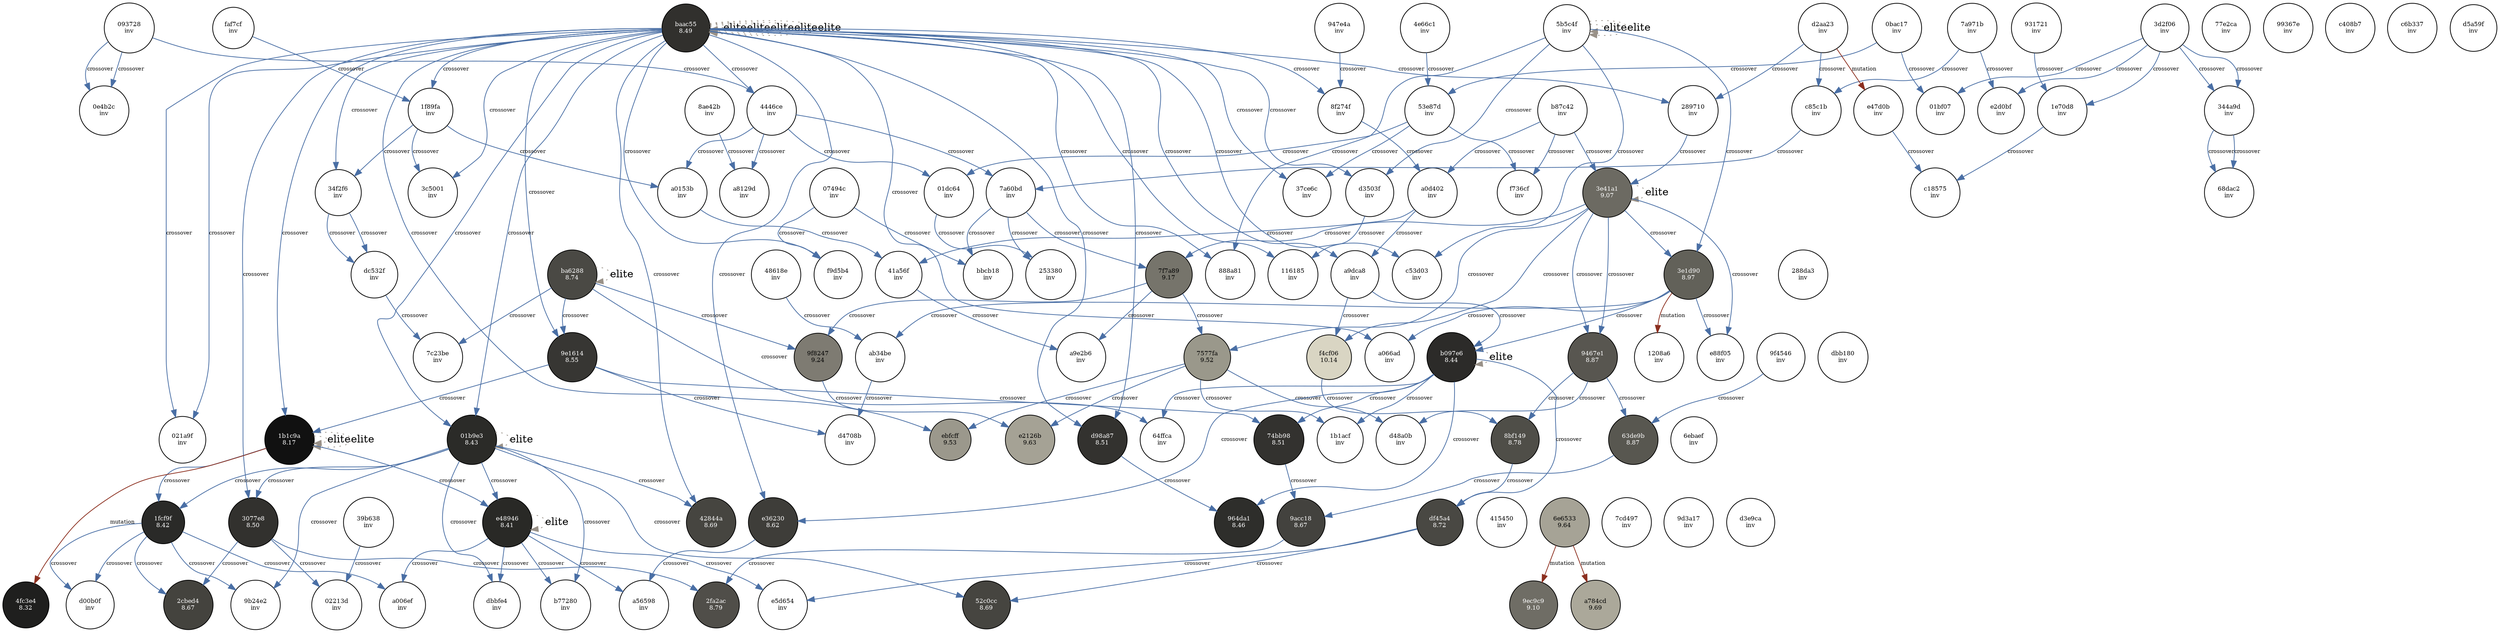
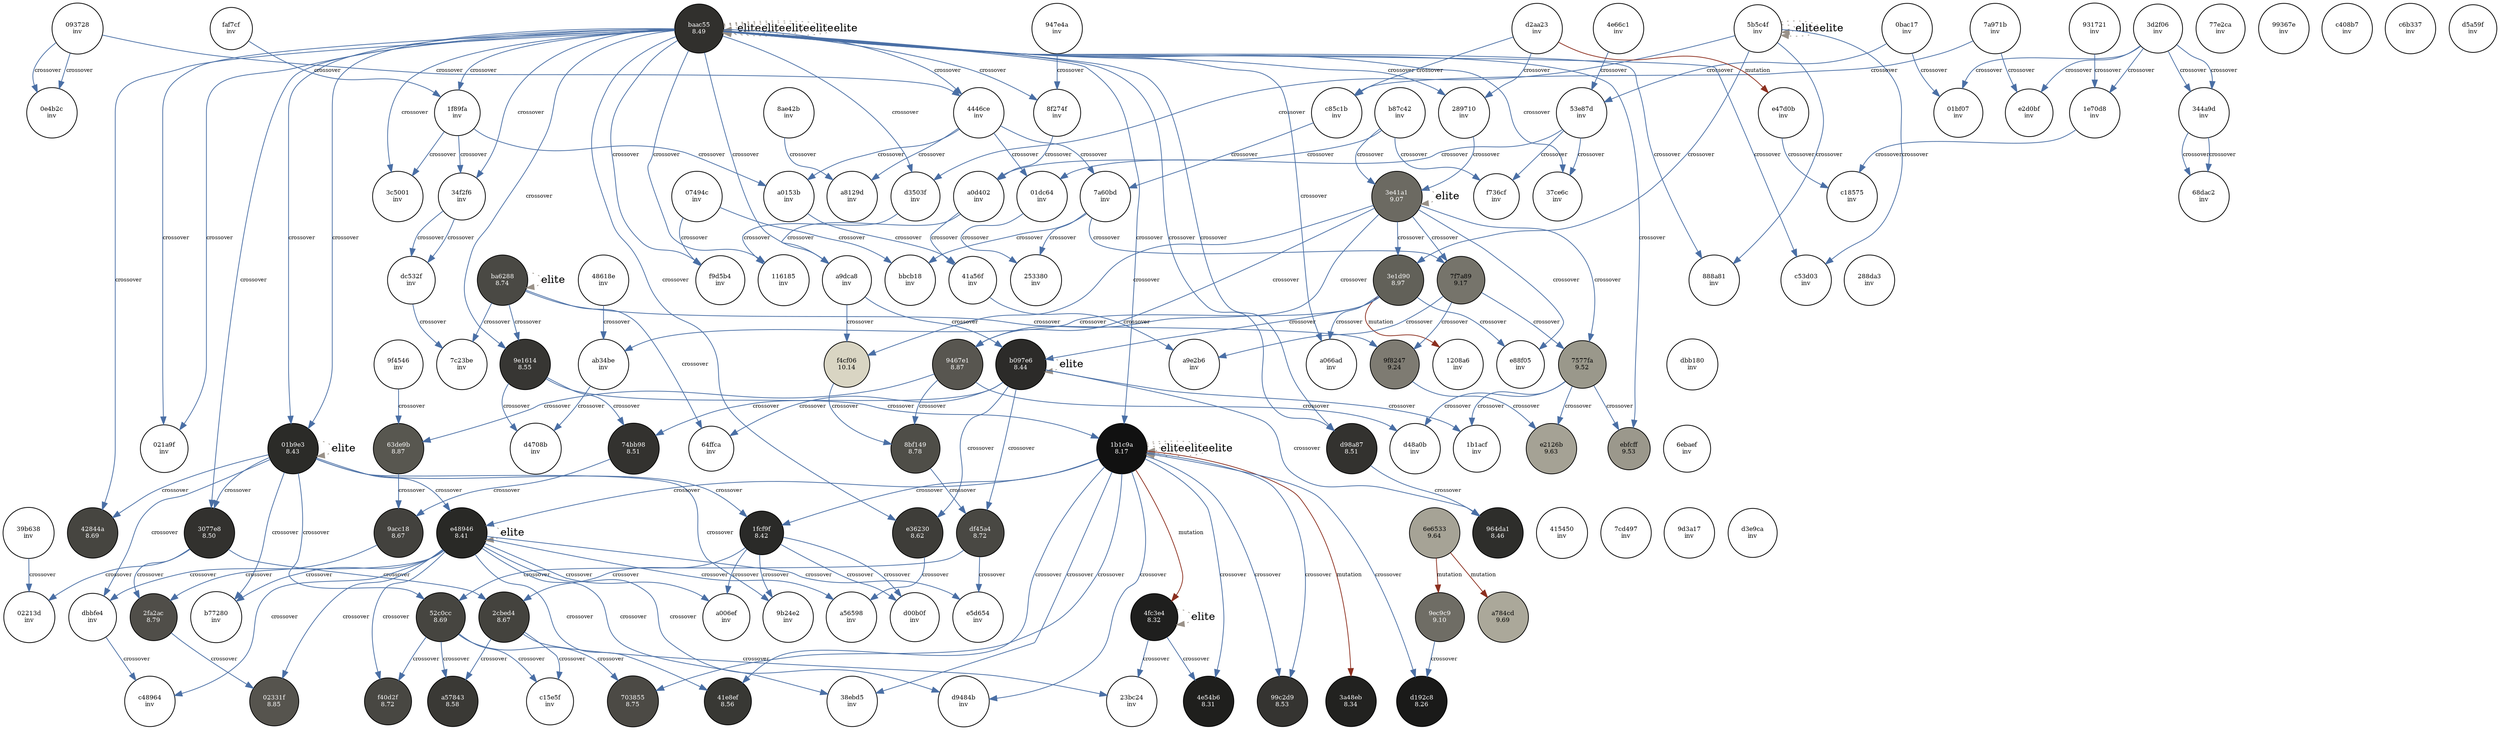
digraph lineage {
  rankdir=TB; node [shape=circle, style=filled, fontsize=8];
  "093728116f31" [label="093728\ninv", fillcolor="#ffffff", style="solid", fontcolor=black];
  "0bac173ad845" [label="0bac17\ninv", fillcolor="#ffffff", style="solid", fontcolor=black];
  "3d2f06902112" [label="3d2f06\ninv", fillcolor="#ffffff", style="solid", fontcolor=black];
  "4e66c118fb69" [label="4e66c1\ninv", fillcolor="#ffffff", style="solid", fontcolor=black];
  "5b5c4fbdea2d" [label="5b5c4f\ninv", fillcolor="#ffffff", style="solid", fontcolor=black];
  "77e2cad76ab9" [label="77e2ca\ninv", fillcolor="#ffffff", style="solid", fontcolor=black];
  "7a971b624b61" [label="7a971b\ninv", fillcolor="#ffffff", style="solid", fontcolor=black];
  "93172171089f" [label="931721\ninv", fillcolor="#ffffff", style="solid", fontcolor=black];
  "947e4a9d7b35" [label="947e4a\ninv", fillcolor="#ffffff", style="solid", fontcolor=black];
  "99367eb32465" [label="99367e\ninv", fillcolor="#ffffff", style="solid", fontcolor=black];
  "baac55fb3837" [label="baac55\n8.49", fillcolor="#31302d", style="filled", fontcolor=white];
  "c408b7873a88" [label="c408b7\ninv", fillcolor="#ffffff", style="solid", fontcolor=black];
  "c6b337b3437f" [label="c6b337\ninv", fillcolor="#ffffff", style="solid", fontcolor=black];
  "d2aa23997bc0" [label="d2aa23\ninv", fillcolor="#ffffff", style="solid", fontcolor=black];
  "d5a59fb8c0ea" [label="d5a59f\ninv", fillcolor="#ffffff", style="solid", fontcolor=black];
  "faf7cf2abe00" [label="faf7cf\ninv", fillcolor="#ffffff", style="solid", fontcolor=black];
  "01bf07948972" [label="01bf07\ninv", fillcolor="#ffffff", style="solid", fontcolor=black];
  "0bac173ad845" -> "01bf07948972" [label="crossover", color="#4a6fa5", fontsize=7];
  "3d2f06902112" -> "01bf07948972" [label="crossover", color="#4a6fa5", fontsize=7];
  "0e4b2c6bd446" [label="0e4b2c\ninv", fillcolor="#ffffff", style="solid", fontcolor=black];
  "093728116f31" -> "0e4b2c6bd446" [label="crossover", color="#4a6fa5", fontsize=7];
  "093728116f31" -> "0e4b2c6bd446" [label="crossover", color="#4a6fa5", fontsize=7];
  "1e70d868ed1a" [label="1e70d8\ninv", fillcolor="#ffffff", style="solid", fontcolor=black];
  "3d2f06902112" -> "1e70d868ed1a" [label="crossover", color="#4a6fa5", fontsize=7];
  "93172171089f" -> "1e70d868ed1a" [label="crossover", color="#4a6fa5", fontsize=7];
  "1f89fa48dbe9" [label="1f89fa\ninv", fillcolor="#ffffff", style="solid", fontcolor=black];
  "faf7cf2abe00" -> "1f89fa48dbe9" [label="crossover", color="#4a6fa5", fontsize=7];
  "baac55fb3837" -> "1f89fa48dbe9" [label="crossover", color="#4a6fa5", fontsize=7];
  "2897107dc1ec" [label="289710\ninv", fillcolor="#ffffff", style="solid", fontcolor=black];
  "baac55fb3837" -> "2897107dc1ec" [label="crossover", color="#4a6fa5", fontsize=7];
  "d2aa23997bc0" -> "2897107dc1ec" [label="crossover", color="#4a6fa5", fontsize=7];
  "344a9d5a2dbb" [label="344a9d\ninv", fillcolor="#ffffff", style="solid", fontcolor=black];
  "3d2f06902112" -> "344a9d5a2dbb" [label="crossover", color="#4a6fa5", fontsize=7];
  "3d2f06902112" -> "344a9d5a2dbb" [label="crossover", color="#4a6fa5", fontsize=7];
  "4446ceab1505" [label="4446ce\ninv", fillcolor="#ffffff", style="solid", fontcolor=black];
  "baac55fb3837" -> "4446ceab1505" [label="crossover", color="#4a6fa5", fontsize=7];
  "093728116f31" -> "4446ceab1505" [label="crossover", color="#4a6fa5", fontsize=7];
  "53e87de76ab7" [label="53e87d\ninv", fillcolor="#ffffff", style="solid", fontcolor=black];
  "0bac173ad845" -> "53e87de76ab7" [label="crossover", color="#4a6fa5", fontsize=7];
  "4e66c118fb69" -> "53e87de76ab7" [label="crossover", color="#4a6fa5", fontsize=7];
  "8ae42b378064" [label="8ae42b\ninv", fillcolor="#ffffff", style="solid", fontcolor=black];
  "8f274f05cbb0" [label="8f274f\ninv", fillcolor="#ffffff", style="solid", fontcolor=black];
  "947e4a9d7b35" -> "8f274f05cbb0" [label="crossover", color="#4a6fa5", fontsize=7];
  "baac55fb3837" -> "8f274f05cbb0" [label="crossover", color="#4a6fa5", fontsize=7];
  "b87c4288cbdb" [label="b87c42\ninv", fillcolor="#ffffff", style="solid", fontcolor=black];
  "c85c1b09c472" [label="c85c1b\ninv", fillcolor="#ffffff", style="solid", fontcolor=black];
  "7a971b624b61" -> "c85c1b09c472" [label="crossover", color="#4a6fa5", fontsize=7];
  "d2aa23997bc0" -> "c85c1b09c472" [label="crossover", color="#4a6fa5", fontsize=7];
  "e2d0bfe694b7" [label="e2d0bf\ninv", fillcolor="#ffffff", style="solid", fontcolor=black];
  "7a971b624b61" -> "e2d0bfe694b7" [label="crossover", color="#4a6fa5", fontsize=7];
  "3d2f06902112" -> "e2d0bfe694b7" [label="crossover", color="#4a6fa5", fontsize=7];
  "e47d0bb0b63d" [label="e47d0b\ninv", fillcolor="#ffffff", style="solid", fontcolor=black];
  "d2aa23997bc0" -> "e47d0bb0b63d" [label="mutation", color="#8c2f1f", fontsize=7];
  "01dc642892a7" [label="01dc64\ninv", fillcolor="#ffffff", style="solid", fontcolor=black];
  "4446ceab1505" -> "01dc642892a7" [label="crossover", color="#4a6fa5", fontsize=7];
  "53e87de76ab7" -> "01dc642892a7" [label="crossover", color="#4a6fa5", fontsize=7];
  "07494ce24571" [label="07494c\ninv", fillcolor="#ffffff", style="solid", fontcolor=black];
  "34f2f6c50186" [label="34f2f6\ninv", fillcolor="#ffffff", style="solid", fontcolor=black];
  "1f89fa48dbe9" -> "34f2f6c50186" [label="crossover", color="#4a6fa5", fontsize=7];
  "baac55fb3837" -> "34f2f6c50186" [label="crossover", color="#4a6fa5", fontsize=7];
  "37ce6c808b00" [label="37ce6c\ninv", fillcolor="#ffffff", style="solid", fontcolor=black];
  "baac55fb3837" -> "37ce6c808b00" [label="crossover", color="#4a6fa5", fontsize=7];
  "53e87de76ab7" -> "37ce6c808b00" [label="crossover", color="#4a6fa5", fontsize=7];
  "3c5001e5712d" [label="3c5001\ninv", fillcolor="#ffffff", style="solid", fontcolor=black];
  "1f89fa48dbe9" -> "3c5001e5712d" [label="crossover", color="#4a6fa5", fontsize=7];
  "baac55fb3837" -> "3c5001e5712d" [label="crossover", color="#4a6fa5", fontsize=7];
  "3e41a12039c8" [label="3e41a1\n9.07", fillcolor="#6c6a62", style="filled", fontcolor=white];
  "2897107dc1ec" -> "3e41a12039c8" [label="crossover", color="#4a6fa5", fontsize=7];
  "b87c4288cbdb" -> "3e41a12039c8" [label="crossover", color="#4a6fa5", fontsize=7];
  "68dac209c215" [label="68dac2\ninv", fillcolor="#ffffff", style="solid", fontcolor=black];
  "344a9d5a2dbb" -> "68dac209c215" [label="crossover", color="#4a6fa5", fontsize=7];
  "344a9d5a2dbb" -> "68dac209c215" [label="crossover", color="#4a6fa5", fontsize=7];
  "7a60bd00dbf5" [label="7a60bd\ninv", fillcolor="#ffffff", style="solid", fontcolor=black];
  "4446ceab1505" -> "7a60bd00dbf5" [label="crossover", color="#4a6fa5", fontsize=7];
  "c85c1b09c472" -> "7a60bd00dbf5" [label="crossover", color="#4a6fa5", fontsize=7];
  "a0153bd28ec0" [label="a0153b\ninv", fillcolor="#ffffff", style="solid", fontcolor=black];
  "4446ceab1505" -> "a0153bd28ec0" [label="crossover", color="#4a6fa5", fontsize=7];
  "1f89fa48dbe9" -> "a0153bd28ec0" [label="crossover", color="#4a6fa5", fontsize=7];
  "a0d4029e6ed1" [label="a0d402\ninv", fillcolor="#ffffff", style="solid", fontcolor=black];
  "8f274f05cbb0" -> "a0d4029e6ed1" [label="crossover", color="#4a6fa5", fontsize=7];
  "b87c4288cbdb" -> "a0d4029e6ed1" [label="crossover", color="#4a6fa5", fontsize=7];
  "a8129df56c7e" [label="a8129d\ninv", fillcolor="#ffffff", style="solid", fontcolor=black];
  "4446ceab1505" -> "a8129df56c7e" [label="crossover", color="#4a6fa5", fontsize=7];
  "8ae42b378064" -> "a8129df56c7e" [label="crossover", color="#4a6fa5", fontsize=7];
  "c185750268f0" [label="c18575\ninv", fillcolor="#ffffff", style="solid", fontcolor=black];
  "e47d0bb0b63d" -> "c185750268f0" [label="crossover", color="#4a6fa5", fontsize=7];
  "1e70d868ed1a" -> "c185750268f0" [label="crossover", color="#4a6fa5", fontsize=7];
  "d3503fac5ac5" [label="d3503f\ninv", fillcolor="#ffffff", style="solid", fontcolor=black];
  "5b5c4fbdea2d" -> "d3503fac5ac5" [label="crossover", color="#4a6fa5", fontsize=7];
  "baac55fb3837" -> "d3503fac5ac5" [label="crossover", color="#4a6fa5", fontsize=7];
  "f736cf26772e" [label="f736cf\ninv", fillcolor="#ffffff", style="solid", fontcolor=black];
  "b87c4288cbdb" -> "f736cf26772e" [label="crossover", color="#4a6fa5", fontsize=7];
  "53e87de76ab7" -> "f736cf26772e" [label="crossover", color="#4a6fa5", fontsize=7];
  "116185a6723d" [label="116185\ninv", fillcolor="#ffffff", style="solid", fontcolor=black];
  "baac55fb3837" -> "116185a6723d" [label="crossover", color="#4a6fa5", fontsize=7];
  "d3503fac5ac5" -> "116185a6723d" [label="crossover", color="#4a6fa5", fontsize=7];
  "2533802f25d7" [label="253380\ninv", fillcolor="#ffffff", style="solid", fontcolor=black];
  "01dc642892a7" -> "2533802f25d7" [label="crossover", color="#4a6fa5", fontsize=7];
  "7a60bd00dbf5" -> "2533802f25d7" [label="crossover", color="#4a6fa5", fontsize=7];
  "288da34879f9" [label="288da3\ninv", fillcolor="#ffffff", style="solid", fontcolor=black];
  "3e1d90045d75" [label="3e1d90\n8.97", fillcolor="#626159", style="filled", fontcolor=white];
  "3e41a12039c8" -> "3e1d90045d75" [label="crossover", color="#4a6fa5", fontsize=7];
  "5b5c4fbdea2d" -> "3e1d90045d75" [label="crossover", color="#4a6fa5", fontsize=7];
  "41a56fc17cbc" [label="41a56f\ninv", fillcolor="#ffffff", style="solid", fontcolor=black];
  "a0d4029e6ed1" -> "41a56fc17cbc" [label="crossover", color="#4a6fa5", fontsize=7];
  "a0153bd28ec0" -> "41a56fc17cbc" [label="crossover", color="#4a6fa5", fontsize=7];
  "48618e543caa" [label="48618e\ninv", fillcolor="#ffffff", style="solid", fontcolor=black];
  "7f7a89e11152" [label="7f7a89\n9.17", fillcolor="#76746b", style="filled", fontcolor=black];
  "3e41a12039c8" -> "7f7a89e11152" [label="crossover", color="#4a6fa5", fontsize=7];
  "7a60bd00dbf5" -> "7f7a89e11152" [label="crossover", color="#4a6fa5", fontsize=7];
  "888a8135ce05" [label="888a81\ninv", fillcolor="#ffffff", style="solid", fontcolor=black];
  "5b5c4fbdea2d" -> "888a8135ce05" [label="crossover", color="#4a6fa5", fontsize=7];
  "baac55fb3837" -> "888a8135ce05" [label="crossover", color="#4a6fa5", fontsize=7];
  "a9dca87ce30d" [label="a9dca8\ninv", fillcolor="#ffffff", style="solid", fontcolor=black];
  "a0d4029e6ed1" -> "a9dca87ce30d" [label="crossover", color="#4a6fa5", fontsize=7];
  "baac55fb3837" -> "a9dca87ce30d" [label="crossover", color="#4a6fa5", fontsize=7];
  "ba6288d5addb" [label="ba6288\n8.74", fillcolor="#4a4944", style="filled", fontcolor=white];
  "bbcb1893e600" [label="bbcb18\ninv", fillcolor="#ffffff", style="solid", fontcolor=black];
  "7a60bd00dbf5" -> "bbcb1893e600" [label="crossover", color="#4a6fa5", fontsize=7];
  "07494ce24571" -> "bbcb1893e600" [label="crossover", color="#4a6fa5", fontsize=7];
  "c53d03c49756" [label="c53d03\ninv", fillcolor="#ffffff", style="solid", fontcolor=black];
  "baac55fb3837" -> "c53d03c49756" [label="crossover", color="#4a6fa5", fontsize=7];
  "5b5c4fbdea2d" -> "c53d03c49756" [label="crossover", color="#4a6fa5", fontsize=7];
  "dc532f5e37b5" [label="dc532f\ninv", fillcolor="#ffffff", style="solid", fontcolor=black];
  "34f2f6c50186" -> "dc532f5e37b5" [label="crossover", color="#4a6fa5", fontsize=7];
  "34f2f6c50186" -> "dc532f5e37b5" [label="crossover", color="#4a6fa5", fontsize=7];
  "f9d5b4c974c4" [label="f9d5b4\ninv", fillcolor="#ffffff", style="solid", fontcolor=black];
  "baac55fb3837" -> "f9d5b4c974c4" [label="crossover", color="#4a6fa5", fontsize=7];
  "07494ce24571" -> "f9d5b4c974c4" [label="crossover", color="#4a6fa5", fontsize=7];
  "1208a6dba357" [label="1208a6\ninv", fillcolor="#ffffff", style="solid", fontcolor=black];
  "3e1d90045d75" -> "1208a6dba357" [label="mutation", color="#8c2f1f", fontsize=7];
  "7577fa98fd92" [label="7577fa\n9.52", fillcolor="#9a988b", style="filled", fontcolor=black];
  "3e41a12039c8" -> "7577fa98fd92" [label="crossover", color="#4a6fa5", fontsize=7];
  "7f7a89e11152" -> "7577fa98fd92" [label="crossover", color="#4a6fa5", fontsize=7];
  "7c23becb57ab" [label="7c23be\ninv", fillcolor="#ffffff", style="solid", fontcolor=black];
  "dc532f5e37b5" -> "7c23becb57ab" [label="crossover", color="#4a6fa5", fontsize=7];
  "ba6288d5addb" -> "7c23becb57ab" [label="crossover", color="#4a6fa5", fontsize=7];
  "9467e15b5537" [label="9467e1\n8.87", fillcolor="#585650", style="filled", fontcolor=white];
  "3e41a12039c8" -> "9467e15b5537" [label="crossover", color="#4a6fa5", fontsize=7];
  "3e41a12039c8" -> "9467e15b5537" [label="crossover", color="#4a6fa5", fontsize=7];
  "9e16140c8305" [label="9e1614\n8.55", fillcolor="#373633", style="filled", fontcolor=white];
  "ba6288d5addb" -> "9e16140c8305" [label="crossover", color="#4a6fa5", fontsize=7];
  "baac55fb3837" -> "9e16140c8305" [label="crossover", color="#4a6fa5", fontsize=7];
  "9f45465c2055" [label="9f4546\ninv", fillcolor="#ffffff", style="solid", fontcolor=black];
  "9f82473d58ab" [label="9f8247\n9.24", fillcolor="#7e7b72", style="filled", fontcolor=black];
  "7f7a89e11152" -> "9f82473d58ab" [label="crossover", color="#4a6fa5", fontsize=7];
  "ba6288d5addb" -> "9f82473d58ab" [label="crossover", color="#4a6fa5", fontsize=7];
  "a066ad1fc437" [label="a066ad\ninv", fillcolor="#ffffff", style="solid", fontcolor=black];
  "baac55fb3837" -> "a066ad1fc437" [label="crossover", color="#4a6fa5", fontsize=7];
  "3e1d90045d75" -> "a066ad1fc437" [label="crossover", color="#4a6fa5", fontsize=7];
  "a9e2b6084782" [label="a9e2b6\ninv", fillcolor="#ffffff", style="solid", fontcolor=black];
  "41a56fc17cbc" -> "a9e2b6084782" [label="crossover", color="#4a6fa5", fontsize=7];
  "7f7a89e11152" -> "a9e2b6084782" [label="crossover", color="#4a6fa5", fontsize=7];
  "ab34be753ecc" [label="ab34be\ninv", fillcolor="#ffffff", style="solid", fontcolor=black];
  "48618e543caa" -> "ab34be753ecc" [label="crossover", color="#4a6fa5", fontsize=7];
  "3e1d90045d75" -> "ab34be753ecc" [label="crossover", color="#4a6fa5", fontsize=7];
  "b097e658bfa6" [label="b097e6\n8.44", fillcolor="#2c2b29", style="filled", fontcolor=white];
  "3e1d90045d75" -> "b097e658bfa6" [label="crossover", color="#4a6fa5", fontsize=7];
  "a9dca87ce30d" -> "b097e658bfa6" [label="crossover", color="#4a6fa5", fontsize=7];
  "dbb1808bbff7" [label="dbb180\ninv", fillcolor="#ffffff", style="solid", fontcolor=black];
  "e88f05fd9d00" [label="e88f05\ninv", fillcolor="#ffffff", style="solid", fontcolor=black];
  "3e41a12039c8" -> "e88f05fd9d00" [label="crossover", color="#4a6fa5", fontsize=7];
  "3e1d90045d75" -> "e88f05fd9d00" [label="crossover", color="#4a6fa5", fontsize=7];
  "f4cf0633da1b" [label="f4cf06\n10.14", fillcolor="#d9d5c3", style="filled", fontcolor=black];
  "3e41a12039c8" -> "f4cf0633da1b" [label="crossover", color="#4a6fa5", fontsize=7];
  "a9dca87ce30d" -> "f4cf0633da1b" [label="crossover", color="#4a6fa5", fontsize=7];
  "01b9e30a9724" [label="01b9e3\n8.43", fillcolor="#2b2b28", style="filled", fontcolor=white];
  "baac55fb3837" -> "01b9e30a9724" [label="crossover", color="#4a6fa5", fontsize=7];
  "baac55fb3837" -> "01b9e30a9724" [label="crossover", color="#4a6fa5", fontsize=7];
  "021a9f41fd14" [label="021a9f\ninv", fillcolor="#ffffff", style="solid", fontcolor=black];
  "baac55fb3837" -> "021a9f41fd14" [label="crossover", color="#4a6fa5", fontsize=7];
  "baac55fb3837" -> "021a9f41fd14" [label="crossover", color="#4a6fa5", fontsize=7];
  "1b1acfb311ae" [label="1b1acf\ninv", fillcolor="#ffffff", style="solid", fontcolor=black];
  "b097e658bfa6" -> "1b1acfb311ae" [label="crossover", color="#4a6fa5", fontsize=7];
  "7577fa98fd92" -> "1b1acfb311ae" [label="crossover", color="#4a6fa5", fontsize=7];
  "1b1c9ac18a27" [label="1b1c9a\n8.17", fillcolor="#111111", style="filled", fontcolor=white];
  "baac55fb3837" -> "1b1c9ac18a27" [label="crossover", color="#4a6fa5", fontsize=7];
  "9e16140c8305" -> "1b1c9ac18a27" [label="crossover", color="#4a6fa5", fontsize=7];
  "63de9bd678ad" [label="63de9b\n8.87", fillcolor="#585750", style="filled", fontcolor=white];
  "9467e15b5537" -> "63de9bd678ad" [label="crossover", color="#4a6fa5", fontsize=7];
  "9f45465c2055" -> "63de9bd678ad" [label="crossover", color="#4a6fa5", fontsize=7];
  "64ffcaf63770" [label="64ffca\ninv", fillcolor="#ffffff", style="solid", fontcolor=black];
  "b097e658bfa6" -> "64ffcaf63770" [label="crossover", color="#4a6fa5", fontsize=7];
  "ba6288d5addb" -> "64ffcaf63770" [label="crossover", color="#4a6fa5", fontsize=7];
  "6ebaefac7da5" [label="6ebaef\ninv", fillcolor="#ffffff", style="solid", fontcolor=black];
  "74bb9826bf09" [label="74bb98\n8.51", fillcolor="#33322f", style="filled", fontcolor=white];
  "b097e658bfa6" -> "74bb9826bf09" [label="crossover", color="#4a6fa5", fontsize=7];
  "9e16140c8305" -> "74bb9826bf09" [label="crossover", color="#4a6fa5", fontsize=7];
  "8bf14971f976" [label="8bf149\n8.78", fillcolor="#4f4e48", style="filled", fontcolor=white];
  "9467e15b5537" -> "8bf14971f976" [label="crossover", color="#4a6fa5", fontsize=7];
  "f4cf0633da1b" -> "8bf14971f976" [label="crossover", color="#4a6fa5", fontsize=7];
  "d4708bfc86c2" [label="d4708b\ninv", fillcolor="#ffffff", style="solid", fontcolor=black];
  "ab34be753ecc" -> "d4708bfc86c2" [label="crossover", color="#4a6fa5", fontsize=7];
  "9e16140c8305" -> "d4708bfc86c2" [label="crossover", color="#4a6fa5", fontsize=7];
  "d48a0b200cb0" [label="d48a0b\ninv", fillcolor="#ffffff", style="solid", fontcolor=black];
  "7577fa98fd92" -> "d48a0b200cb0" [label="crossover", color="#4a6fa5", fontsize=7];
  "9467e15b5537" -> "d48a0b200cb0" [label="crossover", color="#4a6fa5", fontsize=7];
  "d98a87021770" [label="d98a87\n8.51", fillcolor="#33322f", style="filled", fontcolor=white];
  "baac55fb3837" -> "d98a87021770" [label="crossover", color="#4a6fa5", fontsize=7];
  "baac55fb3837" -> "d98a87021770" [label="crossover", color="#4a6fa5", fontsize=7];
  "e2126b922f5a" [label="e2126b\n9.63", fillcolor="#a5a295", style="filled", fontcolor=black];
  "9f82473d58ab" -> "e2126b922f5a" [label="crossover", color="#4a6fa5", fontsize=7];
  "7577fa98fd92" -> "e2126b922f5a" [label="crossover", color="#4a6fa5", fontsize=7];
  "ebfcfff37210" [label="ebfcff\n9.53", fillcolor="#9b988c", style="filled", fontcolor=black];
  "7577fa98fd92" -> "ebfcfff37210" [label="crossover", color="#4a6fa5", fontsize=7];
  "baac55fb3837" -> "ebfcfff37210" [label="crossover", color="#4a6fa5", fontsize=7];
  "1fcf9f392a3c" [label="1fcf9f\n8.42", fillcolor="#2a2a28", style="filled", fontcolor=white];
  "01b9e30a9724" -> "1fcf9f392a3c" [label="crossover", color="#4a6fa5", fontsize=7];
  "1b1c9ac18a27" -> "1fcf9f392a3c" [label="crossover", color="#4a6fa5", fontsize=7];
  "3077e8b94f35" [label="3077e8\n8.50", fillcolor="#32312e", style="filled", fontcolor=white];
  "01b9e30a9724" -> "3077e8b94f35" [label="crossover", color="#4a6fa5", fontsize=7];
  "baac55fb3837" -> "3077e8b94f35" [label="crossover", color="#4a6fa5", fontsize=7];
  "39b6386d7b14" [label="39b638\ninv", fillcolor="#ffffff", style="solid", fontcolor=black];
  "415450ed8941" [label="415450\ninv", fillcolor="#ffffff", style="solid", fontcolor=black];
  "42844a77c68d" [label="42844a\n8.69", fillcolor="#464540", style="filled", fontcolor=white];
  "baac55fb3837" -> "42844a77c68d" [label="crossover", color="#4a6fa5", fontsize=7];
  "01b9e30a9724" -> "42844a77c68d" [label="crossover", color="#4a6fa5", fontsize=7];
  "6e6533c51629" [label="6e6533\n9.64", fillcolor="#a6a396", style="filled", fontcolor=black];
  "7cd4977db67d" [label="7cd497\ninv", fillcolor="#ffffff", style="solid", fontcolor=black];
  "964da1bb8e06" [label="964da1\n8.46", fillcolor="#2e2e2b", style="filled", fontcolor=white];
  "d98a87021770" -> "964da1bb8e06" [label="crossover", color="#4a6fa5", fontsize=7];
  "b097e658bfa6" -> "964da1bb8e06" [label="crossover", color="#4a6fa5", fontsize=7];
  "9acc1869b86d" [label="9acc18\n8.67", fillcolor="#43423e", style="filled", fontcolor=white];
  "74bb9826bf09" -> "9acc1869b86d" [label="crossover", color="#4a6fa5", fontsize=7];
  "63de9bd678ad" -> "9acc1869b86d" [label="crossover", color="#4a6fa5", fontsize=7];
  "9d3a172b1dca" [label="9d3a17\ninv", fillcolor="#ffffff", style="solid", fontcolor=black];
  "d3e9caef03d1" [label="d3e9ca\ninv", fillcolor="#ffffff", style="solid", fontcolor=black];
  "df45a4f6e78e" [label="df45a4\n8.72", fillcolor="#494843", style="filled", fontcolor=white];
  "8bf14971f976" -> "df45a4f6e78e" [label="crossover", color="#4a6fa5", fontsize=7];
  "b097e658bfa6" -> "df45a4f6e78e" [label="crossover", color="#4a6fa5", fontsize=7];
  "e36230f81a63" [label="e36230\n8.62", fillcolor="#3e3d39", style="filled", fontcolor=white];
  "baac55fb3837" -> "e36230f81a63" [label="crossover", color="#4a6fa5", fontsize=7];
  "b097e658bfa6" -> "e36230f81a63" [label="crossover", color="#4a6fa5", fontsize=7];
  "e4894632243d" [label="e48946\n8.41", fillcolor="#292926", style="filled", fontcolor=white];
  "01b9e30a9724" -> "e4894632243d" [label="crossover", color="#4a6fa5", fontsize=7];
  "1b1c9ac18a27" -> "e4894632243d" [label="crossover", color="#4a6fa5", fontsize=7];
  "02213d032222" [label="02213d\ninv", fillcolor="#ffffff", style="solid", fontcolor=black];
  "39b6386d7b14" -> "02213d032222" [label="crossover", color="#4a6fa5", fontsize=7];
  "3077e8b94f35" -> "02213d032222" [label="crossover", color="#4a6fa5", fontsize=7];
  "2cbed495032c" [label="2cbed4\n8.67", fillcolor="#44433e", style="filled", fontcolor=white];
  "3077e8b94f35" -> "2cbed495032c" [label="crossover", color="#4a6fa5", fontsize=7];
  "1fcf9f392a3c" -> "2cbed495032c" [label="crossover", color="#4a6fa5", fontsize=7];
  "2fa2ac4c5406" [label="2fa2ac\n8.79", fillcolor="#504e49", style="filled", fontcolor=white];
  "9acc1869b86d" -> "2fa2ac4c5406" [label="crossover", color="#4a6fa5", fontsize=7];
  "3077e8b94f35" -> "2fa2ac4c5406" [label="crossover", color="#4a6fa5", fontsize=7];
  "4fc3e4d79b29" [label="4fc3e4\n8.32", fillcolor="#1f1f1e", style="filled", fontcolor=white];
  "1b1c9ac18a27" -> "4fc3e4d79b29" [label="mutation", color="#8c2f1f", fontsize=7];
  "52c0ccf7baef" [label="52c0cc\n8.69", fillcolor="#464540", style="filled", fontcolor=white];
  "01b9e30a9724" -> "52c0ccf7baef" [label="crossover", color="#4a6fa5", fontsize=7];
  "df45a4f6e78e" -> "52c0ccf7baef" [label="crossover", color="#4a6fa5", fontsize=7];
  "9b24e2c96fc5" [label="9b24e2\ninv", fillcolor="#ffffff", style="solid", fontcolor=black];
  "1fcf9f392a3c" -> "9b24e2c96fc5" [label="crossover", color="#4a6fa5", fontsize=7];
  "01b9e30a9724" -> "9b24e2c96fc5" [label="crossover", color="#4a6fa5", fontsize=7];
  "9ec9c97bfc69" [label="9ec9c9\n9.10", fillcolor="#6f6d65", style="filled", fontcolor=white];
  "6e6533c51629" -> "9ec9c97bfc69" [label="mutation", color="#8c2f1f", fontsize=7];
  "a006efac03fc" [label="a006ef\ninv", fillcolor="#ffffff", style="solid", fontcolor=black];
  "e4894632243d" -> "a006efac03fc" [label="crossover", color="#4a6fa5", fontsize=7];
  "1fcf9f392a3c" -> "a006efac03fc" [label="crossover", color="#4a6fa5", fontsize=7];
  "a56598ba4249" [label="a56598\ninv", fillcolor="#ffffff", style="solid", fontcolor=black];
  "e4894632243d" -> "a56598ba4249" [label="crossover", color="#4a6fa5", fontsize=7];
  "e36230f81a63" -> "a56598ba4249" [label="crossover", color="#4a6fa5", fontsize=7];
  "a784cddd3fa2" [label="a784cd\n9.69", fillcolor="#aba89a", style="filled", fontcolor=black];
  "6e6533c51629" -> "a784cddd3fa2" [label="mutation", color="#8c2f1f", fontsize=7];
  "b77280f57a63" [label="b77280\ninv", fillcolor="#ffffff", style="solid", fontcolor=black];
  "e4894632243d" -> "b77280f57a63" [label="crossover", color="#4a6fa5", fontsize=7];
  "01b9e30a9724" -> "b77280f57a63" [label="crossover", color="#4a6fa5", fontsize=7];
  "d00b0fa877b1" [label="d00b0f\ninv", fillcolor="#ffffff", style="solid", fontcolor=black];
  "1fcf9f392a3c" -> "d00b0fa877b1" [label="crossover", color="#4a6fa5", fontsize=7];
  "1fcf9f392a3c" -> "d00b0fa877b1" [label="crossover", color="#4a6fa5", fontsize=7];
  "dbbfe4dae049" [label="dbbfe4\ninv", fillcolor="#ffffff", style="solid", fontcolor=black];
  "01b9e30a9724" -> "dbbfe4dae049" [label="crossover", color="#4a6fa5", fontsize=7];
  "e4894632243d" -> "dbbfe4dae049" [label="crossover", color="#4a6fa5", fontsize=7];
  "e5d654345ce6" [label="e5d654\ninv", fillcolor="#ffffff", style="solid", fontcolor=black];
  "df45a4f6e78e" -> "e5d654345ce6" [label="crossover", color="#4a6fa5", fontsize=7];
  "e4894632243d" -> "e5d654345ce6" [label="crossover", color="#4a6fa5", fontsize=7];
+   "02331ff5d67b" [label="02331f\n8.85", fillcolor="#56544e", style="filled", fontcolor=white];
+   "2fa2ac4c5406" -> "02331ff5d67b" [label="crossover", color="#4a6fa5", fontsize=7];
+   "e4894632243d" -> "02331ff5d67b" [label="crossover", color="#4a6fa5", fontsize=7];
+   "23bc24325b76" [label="23bc24\ninv", fillcolor="#ffffff", style="solid", fontcolor=black];
+   "2cbed495032c" -> "23bc24325b76" [label="crossover", color="#4a6fa5", fontsize=7];
+   "4fc3e4d79b29" -> "23bc24325b76" [label="crossover", color="#4a6fa5", fontsize=7];
+   "38ebd54d2109" [label="38ebd5\ninv", fillcolor="#ffffff", style="solid", fontcolor=black];
+   "e4894632243d" -> "38ebd54d2109" [label="crossover", color="#4a6fa5", fontsize=7];
+   "1b1c9ac18a27" -> "38ebd54d2109" [label="crossover", color="#4a6fa5", fontsize=7];
+   "3a48eb8fcb6c" [label="3a48eb\n8.34", fillcolor="#222220", style="filled", fontcolor=white];
+   "1b1c9ac18a27" -> "3a48eb8fcb6c" [label="mutation", color="#8c2f1f", fontsize=7];
+   "41e8efb6bcba" [label="41e8ef\n8.56", fillcolor="#383834", style="filled", fontcolor=white];
+   "1b1c9ac18a27" -> "41e8efb6bcba" [label="crossover", color="#4a6fa5", fontsize=7];
+   "e4894632243d" -> "41e8efb6bcba" [label="crossover", color="#4a6fa5", fontsize=7];
+   "4e54b643adfe" [label="4e54b6\n8.31", fillcolor="#1f1f1d", style="filled", fontcolor=white];
+   "1b1c9ac18a27" -> "4e54b643adfe" [label="crossover", color="#4a6fa5", fontsize=7];
+   "4fc3e4d79b29" -> "4e54b643adfe" [label="crossover", color="#4a6fa5", fontsize=7];
+   "703855513605" [label="703855\n8.75", fillcolor="#4c4a45", style="filled", fontcolor=white];
+   "52c0ccf7baef" -> "703855513605" [label="crossover", color="#4a6fa5", fontsize=7];
+   "1b1c9ac18a27" -> "703855513605" [label="crossover", color="#4a6fa5", fontsize=7];
+   "99c2d9e4ffdc" [label="99c2d9\n8.53", fillcolor="#353431", style="filled", fontcolor=white];
+   "1b1c9ac18a27" -> "99c2d9e4ffdc" [label="crossover", color="#4a6fa5", fontsize=7];
+   "1b1c9ac18a27" -> "99c2d9e4ffdc" [label="crossover", color="#4a6fa5", fontsize=7];
+   "a57843280a5a" [label="a57843\n8.58", fillcolor="#3a3935", style="filled", fontcolor=white];
+   "52c0ccf7baef" -> "a57843280a5a" [label="crossover", color="#4a6fa5", fontsize=7];
+   "2cbed495032c" -> "a57843280a5a" [label="crossover", color="#4a6fa5", fontsize=7];
+   "c15e5f0cc1ab" [label="c15e5f\ninv", fillcolor="#ffffff", style="solid", fontcolor=black];
+   "52c0ccf7baef" -> "c15e5f0cc1ab" [label="crossover", color="#4a6fa5", fontsize=7];
+   "2cbed495032c" -> "c15e5f0cc1ab" [label="crossover", color="#4a6fa5", fontsize=7];
+   "c489642af1ea" [label="c48964\ninv", fillcolor="#ffffff", style="solid", fontcolor=black];
+   "dbbfe4dae049" -> "c489642af1ea" [label="crossover", color="#4a6fa5", fontsize=7];
+   "e4894632243d" -> "c489642af1ea" [label="crossover", color="#4a6fa5", fontsize=7];
+   "d192c8219bcd" [label="d192c8\n8.26", fillcolor="#1a1a19", style="filled", fontcolor=white];
+   "1b1c9ac18a27" -> "d192c8219bcd" [label="crossover", color="#4a6fa5", fontsize=7];
+   "9ec9c97bfc69" -> "d192c8219bcd" [label="crossover", color="#4a6fa5", fontsize=7];
+   "d9484ba95ca8" [label="d9484b\ninv", fillcolor="#ffffff", style="solid", fontcolor=black];
+   "1b1c9ac18a27" -> "d9484ba95ca8" [label="crossover", color="#4a6fa5", fontsize=7];
+   "e4894632243d" -> "d9484ba95ca8" [label="crossover", color="#4a6fa5", fontsize=7];
+   "f40d2f5392a2" [label="f40d2f\n8.72", fillcolor="#484742", style="filled", fontcolor=white];
+   "e4894632243d" -> "f40d2f5392a2" [label="crossover", color="#4a6fa5", fontsize=7];
+   "52c0ccf7baef" -> "f40d2f5392a2" [label="crossover", color="#4a6fa5", fontsize=7];
  { rank=same; "093728116f31"; "0bac173ad845"; "3d2f06902112"; "4e66c118fb69"; "5b5c4fbdea2d"; "77e2cad76ab9"; "7a971b624b61"; "93172171089f"; "947e4a9d7b35"; "99367eb32465"; "baac55fb3837"; "c408b7873a88"; "c6b337b3437f"; "d2aa23997bc0"; "d5a59fb8c0ea"; "faf7cf2abe00" }
  { rank=same; "01bf07948972"; "0e4b2c6bd446"; "1e70d868ed1a"; "1f89fa48dbe9"; "2897107dc1ec"; "344a9d5a2dbb"; "4446ceab1505"; "53e87de76ab7"; "8ae42b378064"; "8f274f05cbb0"; "b87c4288cbdb"; "c85c1b09c472"; "e2d0bfe694b7"; "e47d0bb0b63d" }
  { rank=same; "01dc642892a7"; "07494ce24571"; "34f2f6c50186"; "37ce6c808b00"; "3c5001e5712d"; "3e41a12039c8"; "68dac209c215"; "7a60bd00dbf5"; "a0153bd28ec0"; "a0d4029e6ed1"; "a8129df56c7e"; "c185750268f0"; "d3503fac5ac5"; "f736cf26772e" }
  { rank=same; "116185a6723d"; "2533802f25d7"; "288da34879f9"; "3e1d90045d75"; "41a56fc17cbc"; "48618e543caa"; "7f7a89e11152"; "888a8135ce05"; "a9dca87ce30d"; "ba6288d5addb"; "bbcb1893e600"; "c53d03c49756"; "dc532f5e37b5"; "f9d5b4c974c4" }
  { rank=same; "1208a6dba357"; "7577fa98fd92"; "7c23becb57ab"; "9467e15b5537"; "9e16140c8305"; "9f45465c2055"; "9f82473d58ab"; "a066ad1fc437"; "a9e2b6084782"; "ab34be753ecc"; "b097e658bfa6"; "dbb1808bbff7"; "e88f05fd9d00"; "f4cf0633da1b" }
  { rank=same; "01b9e30a9724"; "021a9f41fd14"; "1b1acfb311ae"; "1b1c9ac18a27"; "63de9bd678ad"; "64ffcaf63770"; "6ebaefac7da5"; "74bb9826bf09"; "8bf14971f976"; "d4708bfc86c2"; "d48a0b200cb0"; "d98a87021770"; "e2126b922f5a"; "ebfcfff37210" }
  { rank=same; "1fcf9f392a3c"; "3077e8b94f35"; "39b6386d7b14"; "415450ed8941"; "42844a77c68d"; "6e6533c51629"; "7cd4977db67d"; "964da1bb8e06"; "9acc1869b86d"; "9d3a172b1dca"; "d3e9caef03d1"; "df45a4f6e78e"; "e36230f81a63"; "e4894632243d" }
  { rank=same; "02213d032222"; "2cbed495032c"; "2fa2ac4c5406"; "4fc3e4d79b29"; "52c0ccf7baef"; "9b24e2c96fc5"; "9ec9c97bfc69"; "a006efac03fc"; "a56598ba4249"; "a784cddd3fa2"; "b77280f57a63"; "d00b0fa877b1"; "dbbfe4dae049"; "e5d654345ce6" }
+   { rank=same; "02331ff5d67b"; "23bc24325b76"; "38ebd54d2109"; "3a48eb8fcb6c"; "41e8efb6bcba"; "4e54b643adfe"; "703855513605"; "99c2d9e4ffdc"; "a57843280a5a"; "c15e5f0cc1ab"; "c489642af1ea"; "d192c8219bcd"; "d9484ba95ca8"; "f40d2f5392a2" }
  "baac55fb3837" -> "baac55fb3837" [style=dotted, color="#999188", label="elite"];
  "5b5c4fbdea2d" -> "5b5c4fbdea2d" [style=dotted, color="#999188", label="elite"];
  "baac55fb3837" -> "baac55fb3837" [style=dotted, color="#999188", label="elite"];
  "5b5c4fbdea2d" -> "5b5c4fbdea2d" [style=dotted, color="#999188", label="elite"];
  "baac55fb3837" -> "baac55fb3837" [style=dotted, color="#999188", label="elite"];
  "3e41a12039c8" -> "3e41a12039c8" [style=dotted, color="#999188", label="elite"];
  "baac55fb3837" -> "baac55fb3837" [style=dotted, color="#999188", label="elite"];
  "ba6288d5addb" -> "ba6288d5addb" [style=dotted, color="#999188", label="elite"];
  "b097e658bfa6" -> "b097e658bfa6" [style=dotted, color="#999188", label="elite"];
  "baac55fb3837" -> "baac55fb3837" [style=dotted, color="#999188", label="elite"];
  "1b1c9ac18a27" -> "1b1c9ac18a27" [style=dotted, color="#999188", label="elite"];
  "01b9e30a9724" -> "01b9e30a9724" [style=dotted, color="#999188", label="elite"];
  "1b1c9ac18a27" -> "1b1c9ac18a27" [style=dotted, color="#999188", label="elite"];
  "e4894632243d" -> "e4894632243d" [style=dotted, color="#999188", label="elite"];
+   "1b1c9ac18a27" -> "1b1c9ac18a27" [style=dotted, color="#999188", label="elite"];
+   "4fc3e4d79b29" -> "4fc3e4d79b29" [style=dotted, color="#999188", label="elite"];
}